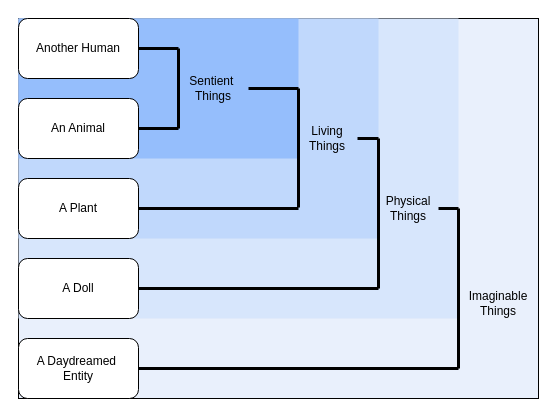
Before: docs/img/articles/ai-empathy_entity-spectrum.drawio in Yasmin-FY/ai-heart-project, a draw.io diagram. Source tidied: cells renumbered, new cells numbered last; positions are measured from the earlier drawing's top-left corner, leaving out a move shared by most shapes. Both pictures are drawn from the tidied source at 100%, with x=0, y=0 at pixel (18, 18).
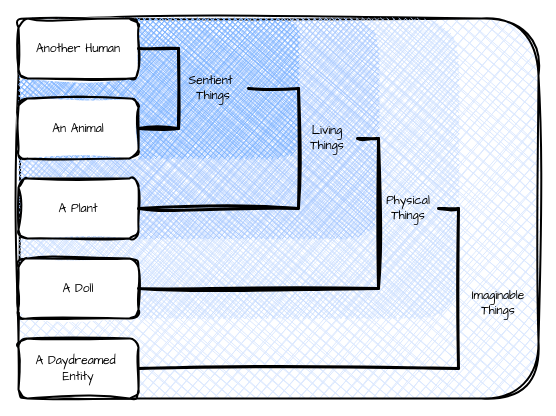
The same diagram, later.

Commit message (it also covers changes not shown here):
Adding article about goal alignment and improving ai empathy diagram

Diff of the diagram source:
```diff
@@
-    <mxCell id="2" style="rounded=0;whiteSpace=wrap;html=1;strokeColor=default;fillColor=#E9F0FC;" parent="1" vertex="1">
+    <mxCell id="2" style="rounded=1;whiteSpace=wrap;html=1;strokeColor=default;fillColor=#DCE9FF;sketch=1;curveFitting=1;jiggle=2;fillStyle=cross-hatch;strokeWidth=2;" parent="1" vertex="1">
       <mxGeometry width="520" height="380" as="geometry" />
     </mxCell>
-    <mxCell id="3" style="rounded=0;whiteSpace=wrap;html=1;fillColor=#D7E6FC;strokeColor=none;" parent="1" vertex="1">
+    <mxCell id="3" style="rounded=1;whiteSpace=wrap;html=1;fillColor=#C5DAFF;strokeColor=none;sketch=1;curveFitting=1;jiggle=2;fillStyle=cross-hatch;" parent="1" vertex="1">
       <mxGeometry width="440" height="300" as="geometry" />
     </mxCell>
-    <mxCell id="4" style="rounded=0;whiteSpace=wrap;html=1;fillColor=#C0D8FC;strokeColor=none;" parent="1" vertex="1">
+    <mxCell id="4" style="rounded=1;whiteSpace=wrap;html=1;fillColor=#9FC2FF;strokeColor=none;sketch=1;curveFitting=1;jiggle=2;fillStyle=cross-hatch;" parent="1" vertex="1">
       <mxGeometry width="360" height="220" as="geometry" />
     </mxCell>
-    <mxCell id="5" style="rounded=0;whiteSpace=wrap;html=1;fillColor=#95BEFC;strokeColor=none;" parent="1" vertex="1">
+    <mxCell id="5" style="rounded=1;whiteSpace=wrap;html=1;fillColor=#6CABFF;strokeColor=none;sketch=1;curveFitting=1;jiggle=2;fillStyle=cross-hatch;" parent="1" vertex="1">
       <mxGeometry width="280" height="140" as="geometry" />
     </mxCell>
-    <mxCell id="6" value="Another Human" style="rounded=1;whiteSpace=wrap;html=1;" parent="1" vertex="1">
+    <mxCell id="6" value="&lt;font face=&quot;Comic Sans MS&quot;&gt;Another Human&lt;/font&gt;" style="rounded=1;whiteSpace=wrap;html=1;sketch=1;curveFitting=1;jiggle=2;strokeWidth=2;" parent="1" vertex="1">
       <mxGeometry width="120" height="60" as="geometry" />
     </mxCell>
-    <mxCell id="7" value="An Animal" style="rounded=1;whiteSpace=wrap;html=1;" parent="1" vertex="1">
+    <mxCell id="7" value="&lt;font face=&quot;Comic Sans MS&quot;&gt;An Animal&lt;/font&gt;" style="rounded=1;whiteSpace=wrap;html=1;sketch=1;curveFitting=1;jiggle=2;strokeWidth=2;" parent="1" vertex="1">
       <mxGeometry y="80" width="120" height="60" as="geometry" />
     </mxCell>
-    <mxCell id="8" value="A Plant" style="rounded=1;whiteSpace=wrap;html=1;" parent="1" vertex="1">
+    <mxCell id="8" value="&lt;font face=&quot;Comic Sans MS&quot;&gt;A Plant&lt;/font&gt;" style="rounded=1;whiteSpace=wrap;html=1;sketch=1;curveFitting=1;jiggle=2;strokeWidth=2;" parent="1" vertex="1">
       <mxGeometry y="160" width="120" height="60" as="geometry" />
     </mxCell>
-    <mxCell id="9" value="A Doll" style="rounded=1;whiteSpace=wrap;html=1;" parent="1" vertex="1">
+    <mxCell id="9" value="&lt;font face=&quot;Comic Sans MS&quot;&gt;A Doll&lt;/font&gt;" style="rounded=1;whiteSpace=wrap;html=1;sketch=1;curveFitting=1;jiggle=2;strokeWidth=2;" parent="1" vertex="1">
       <mxGeometry y="240" width="120" height="60" as="geometry" />
     </mxCell>
-    <mxCell id="10" value="A Daydreamed&amp;nbsp;&lt;div&gt;Entity&lt;/div&gt;" style="rounded=1;whiteSpace=wrap;html=1;" parent="1" vertex="1">
+    <mxCell id="10" value="&lt;font face=&quot;Comic Sans MS&quot;&gt;A Daydreamed&amp;nbsp;&lt;/font&gt;&lt;div&gt;&lt;font face=&quot;Comic Sans MS&quot;&gt;Entity&lt;/font&gt;&lt;/div&gt;" style="rounded=1;whiteSpace=wrap;html=1;sketch=1;curveFitting=1;jiggle=2;strokeWidth=2;" parent="1" vertex="1">
       <mxGeometry y="320" width="120" height="60" as="geometry" />
     </mxCell>
-    <mxCell id="11" style="endArrow=none;html=1;rounded=0;strokeWidth=3;" parent="1" edge="1">
+    <mxCell id="11" style="endArrow=none;html=1;rounded=1;strokeWidth=3;sketch=1;curveFitting=1;jiggle=2;" parent="1" edge="1">
       <mxGeometry relative="1" as="geometry">
         <mxPoint x="160" y="110" as="sourcePoint" />
         <mxPoint x="160" y="30" as="targetPoint" />
       </mxGeometry>
     </mxCell>
-    <mxCell id="12" style="endArrow=none;html=1;rounded=0;entryX=1;entryY=0.5;entryDx=0;entryDy=0;strokeWidth=3;" parent="1" edge="1" target="7">
+    <mxCell id="12" style="endArrow=none;html=1;rounded=1;entryX=1;entryY=0.5;entryDx=0;entryDy=0;strokeWidth=3;sketch=1;curveFitting=1;jiggle=2;" parent="1" edge="1" target="7">
       <mxGeometry relative="1" as="geometry">
         <mxPoint x="160" y="110" as="sourcePoint" />
       </mxGeometry>
     </mxCell>
-    <mxCell id="13" style="endArrow=none;html=1;rounded=0;entryX=1;entryY=0.5;entryDx=0;entryDy=0;strokeWidth=3;" parent="1" edge="1" target="6">
+    <mxCell id="13" style="endArrow=none;html=1;rounded=1;entryX=1;entryY=0.5;entryDx=0;entryDy=0;strokeWidth=3;sketch=1;curveFitting=1;jiggle=2;" parent="1" edge="1" target="6">
       <mxGeometry relative="1" as="geometry">
         <mxPoint x="160" y="30" as="sourcePoint" />
       </mxGeometry>
     </mxCell>
-    <mxCell id="14" value="Sentient&amp;nbsp;&lt;div&gt;Things&lt;/div&gt;" style="text;html=1;whiteSpace=wrap;strokeColor=none;fillColor=none;align=center;verticalAlign=middle;rounded=0;fontColor=#000000;" parent="1" vertex="1">
+    <mxCell id="14" value="Sentient&amp;nbsp;&lt;div&gt;Things&lt;/div&gt;" style="text;html=1;whiteSpace=wrap;strokeColor=none;fillColor=none;align=center;verticalAlign=middle;rounded=1;fontColor=#000000;sketch=1;curveFitting=1;jiggle=2;fontFamily=Comic Sans MS;" parent="1" vertex="1">
       <mxGeometry x="160" y="55" width="70" height="30" as="geometry" />
     </mxCell>
-    <mxCell id="15" style="endArrow=none;html=1;rounded=0;exitX=1;exitY=0.5;exitDx=0;exitDy=0;strokeWidth=3;" parent="1" edge="1" source="8">
+    <mxCell id="15" style="endArrow=none;html=1;rounded=1;exitX=1;exitY=0.5;exitDx=0;exitDy=0;strokeWidth=3;sketch=1;curveFitting=1;jiggle=2;" parent="1" edge="1" source="8">
       <mxGeometry relative="1" as="geometry">
         <mxPoint x="280" y="190" as="targetPoint" />
       </mxGeometry>
     </mxCell>
-    <mxCell id="16" style="endArrow=none;html=1;rounded=0;exitX=1;exitY=0.5;exitDx=0;exitDy=0;strokeWidth=3;" parent="1" edge="1" source="14">
+    <mxCell id="16" style="endArrow=none;html=1;rounded=1;exitX=1;exitY=0.5;exitDx=0;exitDy=0;strokeWidth=3;sketch=1;curveFitting=1;jiggle=2;" parent="1" edge="1" source="14">
       <mxGeometry relative="1" as="geometry">
         <mxPoint x="280" y="70" as="targetPoint" />
       </mxGeometry>
     </mxCell>
-    <mxCell id="17" style="endArrow=none;html=1;rounded=0;strokeWidth=3;" parent="1" edge="1">
+    <mxCell id="17" style="endArrow=none;html=1;rounded=1;strokeWidth=3;sketch=1;curveFitting=1;jiggle=2;" parent="1" edge="1">
       <mxGeometry relative="1" as="geometry">
         <mxPoint x="280" y="189" as="sourcePoint" />
         <mxPoint x="280" y="70" as="targetPoint" />
       </mxGeometry>
     </mxCell>
-    <mxCell id="18" value="Living&lt;div&gt;Things&lt;/div&gt;" style="text;html=1;whiteSpace=wrap;strokeColor=none;fillColor=none;align=center;verticalAlign=middle;rounded=0;" parent="1" vertex="1">
+    <mxCell id="18" value="Living&lt;div&gt;Things&lt;/div&gt;" style="text;html=1;whiteSpace=wrap;strokeColor=none;fillColor=none;align=center;verticalAlign=middle;rounded=1;sketch=1;curveFitting=1;jiggle=2;fontFamily=Comic Sans MS;" parent="1" vertex="1">
       <mxGeometry x="279" y="105" width="60" height="30" as="geometry" />
     </mxCell>
-    <mxCell id="19" style="endArrow=none;html=1;rounded=0;exitX=1;exitY=0.5;exitDx=0;exitDy=0;strokeWidth=3;" parent="1" edge="1" source="9">
+    <mxCell id="19" style="endArrow=none;html=1;rounded=1;exitX=1;exitY=0.5;exitDx=0;exitDy=0;strokeWidth=3;sketch=1;curveFitting=1;jiggle=2;" parent="1" edge="1" source="9">
       <mxGeometry relative="1" as="geometry">
         <mxPoint x="360" y="270" as="targetPoint" />
       </mxGeometry>
     </mxCell>
-    <mxCell id="20" style="endArrow=none;html=1;rounded=0;strokeWidth=3;" parent="1" edge="1">
+    <mxCell id="20" style="endArrow=none;html=1;rounded=1;strokeWidth=3;sketch=1;curveFitting=1;jiggle=2;" parent="1" edge="1">
       <mxGeometry relative="1" as="geometry">
         <mxPoint x="360" y="270" as="sourcePoint" />
         <mxPoint x="360" y="120" as="targetPoint" />
       </mxGeometry>
     </mxCell>
-    <mxCell id="21" style="endArrow=none;html=1;rounded=0;exitX=1;exitY=0.5;exitDx=0;exitDy=0;strokeWidth=3;" parent="1" edge="1" source="18">
+    <mxCell id="21" style="endArrow=none;html=1;rounded=1;exitX=1;exitY=0.5;exitDx=0;exitDy=0;strokeWidth=3;sketch=1;curveFitting=1;jiggle=2;" parent="1" edge="1" source="18">
       <mxGeometry relative="1" as="geometry">
         <mxPoint x="360" y="120" as="targetPoint" />
       </mxGeometry>
     </mxCell>
-    <mxCell id="22" value="Physical&lt;div&gt;Things&lt;/div&gt;" style="text;html=1;whiteSpace=wrap;strokeColor=none;fillColor=none;align=center;verticalAlign=middle;rounded=0;" parent="1" vertex="1">
+    <mxCell id="22" value="Physical&lt;div&gt;Things&lt;/div&gt;" style="text;html=1;whiteSpace=wrap;strokeColor=none;fillColor=none;align=center;verticalAlign=middle;rounded=1;sketch=1;curveFitting=1;jiggle=2;fontStyle=0;fontFamily=Comic Sans MS;" parent="1" vertex="1">
       <mxGeometry x="360" y="175" width="60" height="30" as="geometry" />
     </mxCell>
-    <mxCell id="23" style="endArrow=none;html=1;rounded=0;exitX=1;exitY=0.5;exitDx=0;exitDy=0;strokeWidth=3;" parent="1" edge="1" source="10">
+    <mxCell id="23" style="endArrow=none;html=1;rounded=1;exitX=1;exitY=0.5;exitDx=0;exitDy=0;strokeWidth=3;sketch=1;curveFitting=1;jiggle=2;" parent="1" edge="1" source="10">
       <mxGeometry relative="1" as="geometry">
         <mxPoint x="440" y="350" as="targetPoint" />
       </mxGeometry>
     </mxCell>
-    <mxCell id="24" style="endArrow=none;html=1;rounded=0;strokeWidth=3;" parent="1" edge="1">
+    <mxCell id="24" style="endArrow=none;html=1;rounded=1;strokeWidth=3;sketch=1;curveFitting=1;jiggle=2;" parent="1" edge="1">
       <mxGeometry relative="1" as="geometry">
         <mxPoint x="440" y="350" as="sourcePoint" />
         <mxPoint x="440" y="190" as="targetPoint" />
       </mxGeometry>
     </mxCell>
-    <mxCell id="25" style="endArrow=none;html=1;rounded=0;entryX=1;entryY=0.5;entryDx=0;entryDy=0;strokeWidth=3;" parent="1" edge="1" target="22">
+    <mxCell id="25" style="endArrow=none;html=1;rounded=1;entryX=1;entryY=0.5;entryDx=0;entryDy=0;strokeWidth=3;sketch=1;curveFitting=1;jiggle=2;" parent="1" edge="1" target="22">
       <mxGeometry relative="1" as="geometry">
         <mxPoint x="440" y="190" as="sourcePoint" />
       </mxGeometry>
     </mxCell>
-    <mxCell id="26" value="Imaginable&lt;div&gt;Things&lt;/div&gt;" style="text;html=1;whiteSpace=wrap;strokeColor=none;fillColor=none;align=center;verticalAlign=middle;rounded=0;" parent="1" vertex="1">
+    <mxCell id="26" value="Imaginable&lt;div&gt;Things&lt;/div&gt;" style="text;html=1;whiteSpace=wrap;strokeColor=none;fillColor=none;align=center;verticalAlign=middle;rounded=1;sketch=1;curveFitting=1;jiggle=2;fontFamily=Comic Sans MS;" parent="1" vertex="1">
       <mxGeometry x="450" y="270" width="60" height="30" as="geometry" />
     </mxCell>
```
